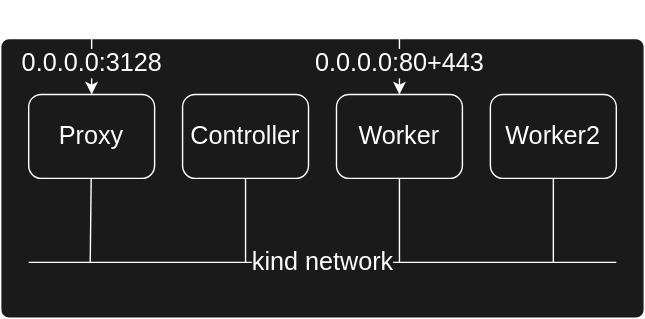
This is slides/2021-07-21/000_introduction/haufe_group/kind.drawio.svg from nicholasdille/dille.name, a draw.io export, as it was before one commit. Source tidied: cells renumbered, new cells last; positions are measured from the earlier drawing's top-left corner, leaving out a move shared by most shapes. The source it was exported from:
```xml
<mxGraphModel>
  <root>
    <mxCell id="0" />
    <mxCell id="1" parent="0" />
    <mxCell id="2" style="rounded=1;whiteSpace=wrap;html=1;arcSize=3;fontColor=#FFFFFF;strokeColor=#FFFFFF;fillColor=#1A1A1A;fontSize=18;" parent="1" vertex="1">
      <mxGeometry y="20" width="460" height="200" as="geometry" />
    </mxCell>
    <mxCell id="3" value="Proxy" style="rounded=1;whiteSpace=wrap;html=1;fontColor=#FFFFFF;strokeColor=#FFFFFF;fillColor=#1A1A1A;fontSize=18;" parent="1" vertex="1">
      <mxGeometry x="20" y="60" width="90" height="60" as="geometry" />
    </mxCell>
    <mxCell id="4" value="Worker" style="rounded=1;whiteSpace=wrap;html=1;fontColor=#FFFFFF;strokeColor=#FFFFFF;fillColor=#1A1A1A;fontSize=18;" parent="1" vertex="1">
      <mxGeometry x="240" y="60" width="90" height="60" as="geometry" />
    </mxCell>
    <mxCell id="5" value="Worker2" style="rounded=1;whiteSpace=wrap;html=1;fontColor=#FFFFFF;strokeColor=#FFFFFF;fillColor=#1A1A1A;fontSize=18;" parent="1" vertex="1">
      <mxGeometry x="350" y="60" width="90" height="60" as="geometry" />
    </mxCell>
    <mxCell id="6" value="0.0.0.0:3128" style="endArrow=classic;html=1;entryX=0.5;entryY=0;entryDx=0;entryDy=0;strokeColor=#FFFFFF;labelBackgroundColor=#1A1A1A;fontColor=#FFFFFF;fontSize=18;" parent="1" edge="1" target="3">
      <mxGeometry x="0.25" relative="1" as="geometry">
        <mxPoint x="65" as="sourcePoint" />
      </mxGeometry>
    </mxCell>
    <mxCell id="7" value="0.0.0.0:80+443" style="endArrow=classic;html=1;entryX=0.5;entryY=0;entryDx=0;entryDy=0;strokeColor=#FFFFFF;labelBackgroundColor=#1A1A1A;fontColor=#FFFFFF;fontSize=18;" parent="1" edge="1" target="4">
      <mxGeometry x="0.25" relative="1" as="geometry">
        <mxPoint x="285" as="sourcePoint" />
      </mxGeometry>
    </mxCell>
    <mxCell id="8" value="kind network" style="endArrow=none;html=1;strokeColor=#FFFFFF;labelBackgroundColor=#1A1A1A;fontColor=#FFFFFF;fontSize=18;" parent="1" edge="1">
      <mxGeometry relative="1" as="geometry">
        <mxPoint x="20" y="180" as="sourcePoint" />
        <mxPoint x="440" y="180" as="targetPoint" />
      </mxGeometry>
    </mxCell>
    <mxCell id="9" value="Controller" style="rounded=1;whiteSpace=wrap;html=1;fontColor=#FFFFFF;strokeColor=#FFFFFF;fillColor=#1A1A1A;fontSize=18;" parent="1" vertex="1">
      <mxGeometry x="130" y="60" width="90" height="60" as="geometry" />
    </mxCell>
    <mxCell id="10" style="endArrow=none;html=1;entryX=0.5;entryY=1;entryDx=0;entryDy=0;endFill=0;strokeColor=#FFFFFF;labelBackgroundColor=#1A1A1A;fontColor=#FFFFFF;fontSize=18;" parent="1" edge="1" target="9">
      <mxGeometry relative="1" as="geometry">
        <mxPoint x="175" y="180" as="sourcePoint" />
      </mxGeometry>
    </mxCell>
    <mxCell id="11" style="endArrow=none;html=1;entryX=0.5;entryY=1;entryDx=0;entryDy=0;endFill=0;strokeColor=#FFFFFF;labelBackgroundColor=#1A1A1A;fontColor=#FFFFFF;fontSize=18;" parent="1" edge="1" target="4">
      <mxGeometry relative="1" as="geometry">
        <mxPoint x="285" y="180" as="sourcePoint" />
      </mxGeometry>
    </mxCell>
    <mxCell id="12" style="endArrow=none;html=1;endFill=0;strokeColor=#FFFFFF;labelBackgroundColor=#1A1A1A;fontColor=#FFFFFF;fontSize=18;" parent="1" edge="1" target="3">
      <mxGeometry relative="1" as="geometry">
        <mxPoint x="64" y="180" as="sourcePoint" />
      </mxGeometry>
    </mxCell>
    <mxCell id="13" style="endArrow=none;html=1;entryX=0.5;entryY=1;entryDx=0;entryDy=0;endFill=0;strokeColor=#FFFFFF;labelBackgroundColor=#1A1A1A;fontColor=#FFFFFF;fontSize=18;" parent="1" edge="1" target="5">
      <mxGeometry relative="1" as="geometry">
        <mxPoint x="395" y="180" as="sourcePoint" />
      </mxGeometry>
    </mxCell>
  </root>
</mxGraphModel>
```
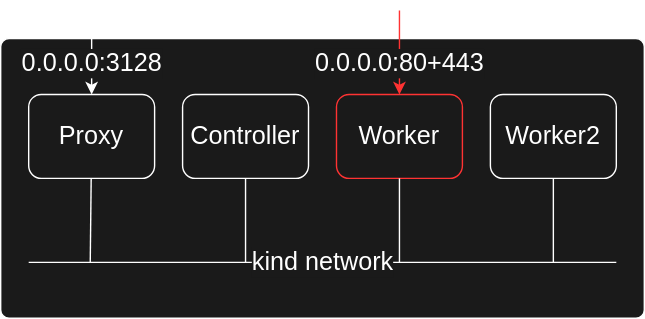
Later version of the same file.

Change to the diagram source:
```diff
@@ -8,7 +8,7 @@
     <mxCell id="3" value="Proxy" style="rounded=1;whiteSpace=wrap;html=1;fontColor=#FFFFFF;strokeColor=#FFFFFF;fillColor=#1A1A1A;fontSize=18;" parent="1" vertex="1">
       <mxGeometry x="20" y="60" width="90" height="60" as="geometry" />
     </mxCell>
-    <mxCell id="4" value="Worker" style="rounded=1;whiteSpace=wrap;html=1;fontColor=#FFFFFF;strokeColor=#FFFFFF;fillColor=#1A1A1A;fontSize=18;" parent="1" vertex="1">
+    <mxCell id="4" value="Worker" style="rounded=1;whiteSpace=wrap;html=1;fontColor=#FFFFFF;fillColor=#1A1A1A;fontSize=18;strokeColor=#FF3333;" parent="1" vertex="1">
       <mxGeometry x="240" y="60" width="90" height="60" as="geometry" />
     </mxCell>
     <mxCell id="5" value="Worker2" style="rounded=1;whiteSpace=wrap;html=1;fontColor=#FFFFFF;strokeColor=#FFFFFF;fillColor=#1A1A1A;fontSize=18;" parent="1" vertex="1">
@@ -19,7 +19,7 @@
         <mxPoint x="65" as="sourcePoint" />
       </mxGeometry>
     </mxCell>
-    <mxCell id="7" value="0.0.0.0:80+443" style="endArrow=classic;html=1;entryX=0.5;entryY=0;entryDx=0;entryDy=0;strokeColor=#FFFFFF;labelBackgroundColor=#1A1A1A;fontColor=#FFFFFF;fontSize=18;" parent="1" edge="1" target="4">
+    <mxCell id="7" value="0.0.0.0:80+443" style="endArrow=classic;html=1;entryX=0.5;entryY=0;entryDx=0;entryDy=0;labelBackgroundColor=#1A1A1A;fontColor=#FFFFFF;fontSize=18;strokeColor=#FF3333;" parent="1" edge="1" target="4">
       <mxGeometry x="0.25" relative="1" as="geometry">
         <mxPoint x="285" as="sourcePoint" />
       </mxGeometry>
```
